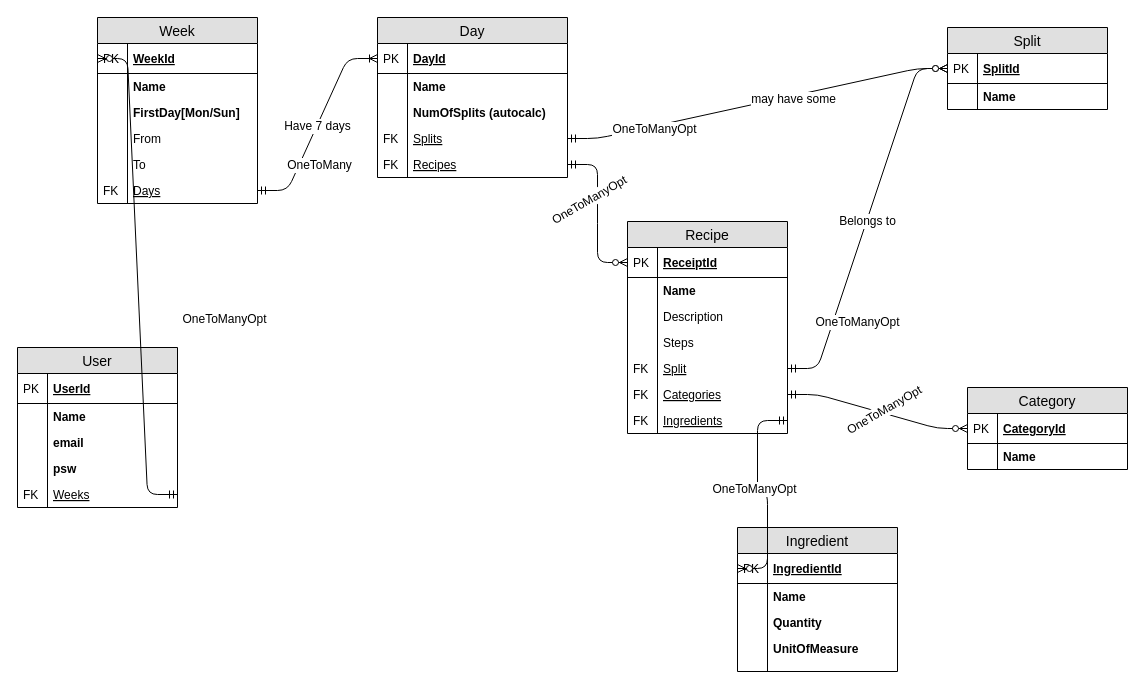
Before: _docs/ER-Diagram.drawio in Zeppelin17/MyEatsScheduler, a draw.io diagram. Source tidied: cells renumbered, new cells numbered last; positions are measured from the earlier drawing's top-left corner, leaving out a move shared by most shapes. Both pictures are drawn from the tidied source at 100%, with x=0, y=0 at pixel (17, 17).
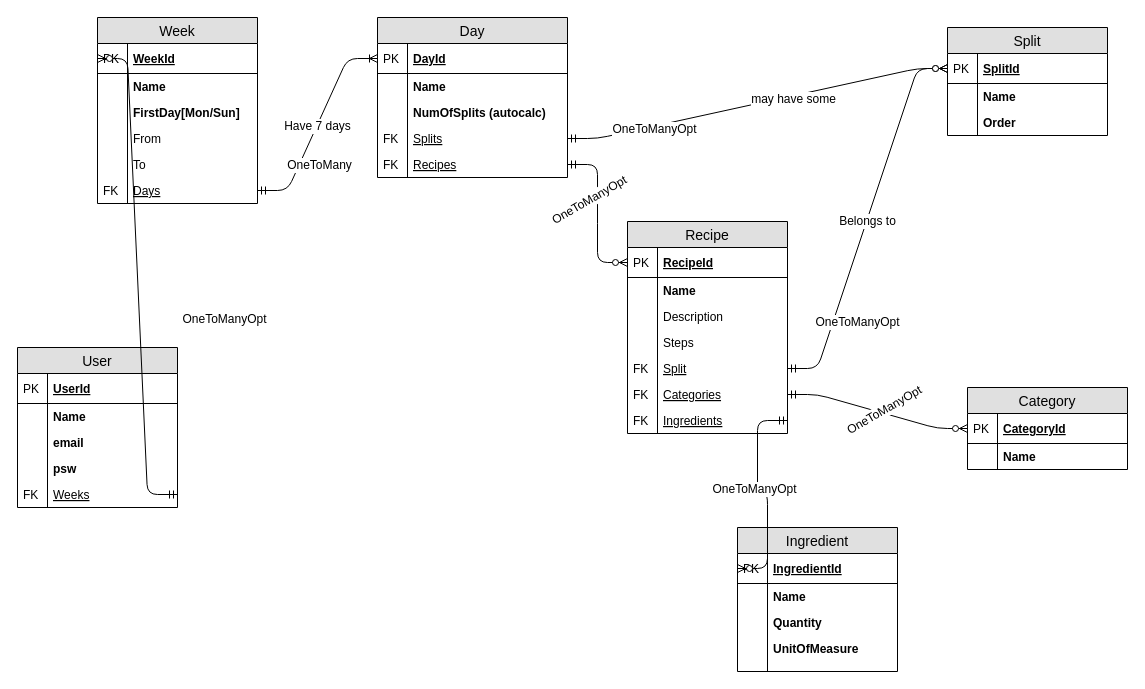
After the change.

Commit message (it also covers changes not shown here):
Add order field in ER diagram on Split entity

The change refers to these unchanged cells:
```xml
<mxCell id="26" value="Recipe" style="swimlane;fontStyle=0;horizontal=1;startSize=26;fillColor=#e0e0e0;swimlaneFillColor=#ffffff;align=center;fontSize=14;" parent="1" vertex="1">
  <mxGeometry x="610" y="204" width="160" height="212" as="geometry" />
</mxCell>
```

What changed in the source:
```diff
@@
-    <mxCell id="27" value="ReceiptId" style="shape=partialRectangle;top=0;left=0;right=0;bottom=1;align=left;verticalAlign=middle;fillColor=none;spacingLeft=34;spacingRight=4;overflow=hidden;points=[[0,0.5],[1,0.5]];portConstraint=eastwest;fontStyle=5;fontSize=12;" parent="26" vertex="1">
+    <mxCell id="27" value="RecipeId" style="shape=partialRectangle;top=0;left=0;right=0;bottom=1;align=left;verticalAlign=middle;fillColor=none;spacingLeft=34;spacingRight=4;overflow=hidden;points=[[0,0.5],[1,0.5]];portConstraint=eastwest;fontStyle=5;fontSize=12;" parent="26" vertex="1">
       <mxGeometry y="26" width="160" height="30" as="geometry" />
     </mxCell>
@@
     <mxCell id="41" value="Split" style="swimlane;fontStyle=0;horizontal=1;startSize=26;fillColor=#e0e0e0;swimlaneFillColor=#ffffff;align=center;fontSize=14;" parent="1" vertex="1">
-      <mxGeometry x="930" y="10" width="160" height="82" as="geometry" />
+      <mxGeometry x="930" y="10" width="160" height="108" as="geometry" />
     </mxCell>
@@
+    <mxCell id="90" value="Order" style="shape=partialRectangle;top=0;left=0;right=0;bottom=0;align=left;verticalAlign=top;fillColor=none;spacingLeft=34;spacingRight=4;overflow=hidden;fontSize=12;fontStyle=1;" parent="41" vertex="1">
+      <mxGeometry y="82" width="160" height="26" as="geometry" />
+    </mxCell>
+    <mxCell id="91" style="shape=partialRectangle;top=0;left=0;bottom=0;fillColor=none;align=left;verticalAlign=top;spacingLeft=4;spacingRight=4;overflow=hidden;fontSize=12;" parent="90" vertex="1">
+      <mxGeometry width="30" height="26" as="geometry" />
+    </mxCell>
```
